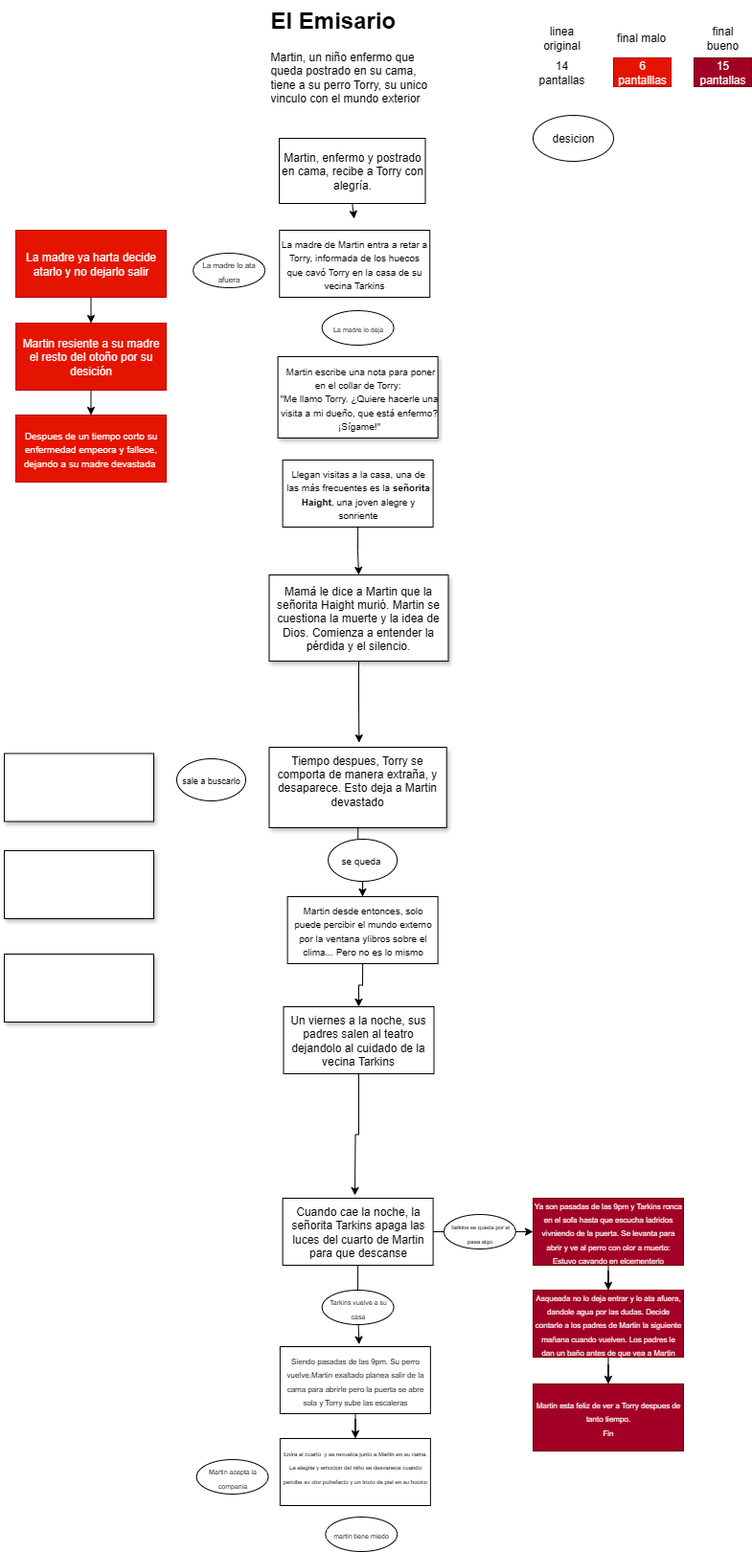
Above: Diagrama E Emisario.drawio.png in ro276/pmiw (draw.io), before the change. Source tidied: cells renumbered, new cells last; positions are measured from the earlier drawing's top-left corner, leaving out a move shared by most shapes.
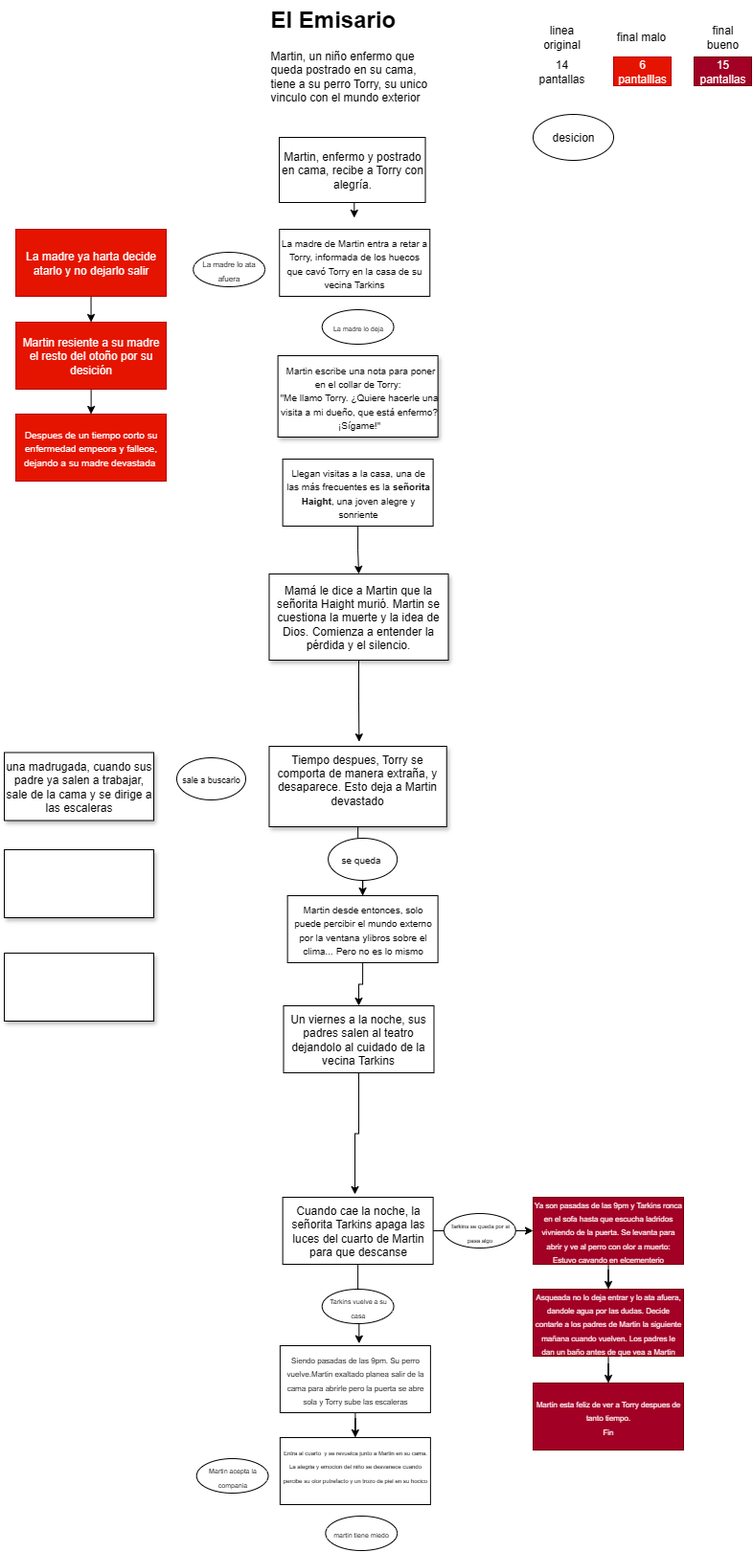
The same diagram one commit later.

What changed in the source:
```diff
@@ -151,7 +151,7 @@
     <mxCell id="48" value="&lt;div&gt;&lt;br&gt;&lt;/div&gt;" style="rounded=0;whiteSpace=wrap;html=1;shadow=1;" parent="1" vertex="1">
       <mxGeometry y="888" width="156" height="71" as="geometry" />
     </mxCell>
-    <mxCell id="49" value="&lt;div&gt;&lt;br&gt;&lt;/div&gt;" style="rounded=0;whiteSpace=wrap;html=1;shadow=1;" parent="1" vertex="1">
+    <mxCell id="49" value="&lt;div&gt;una madrugada, cuando sus padre ya salen a trabajar, sale de la cama y se dirige a las escaleras&lt;/div&gt;" style="rounded=0;whiteSpace=wrap;html=1;shadow=1;" parent="1" vertex="1">
       <mxGeometry y="786.5" width="156" height="71" as="geometry" />
     </mxCell>
     <mxCell id="50" value="&lt;div&gt;&lt;br&gt;&lt;/div&gt;" style="rounded=0;whiteSpace=wrap;html=1;shadow=1;" parent="1" vertex="1">
```
